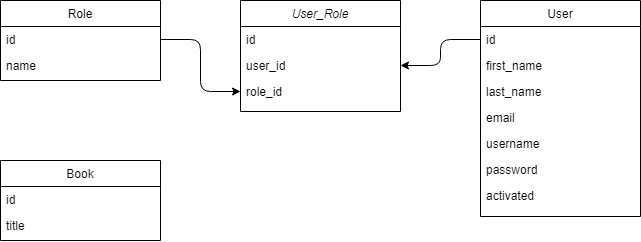
This is img/diagram.png from ictTuri/LMS-ikub-intership, a draw.io export, as it was before one commit. Source tidied: cells renumbered, new cells last; positions are measured from the earlier drawing's top-left corner, leaving out a move shared by most shapes.
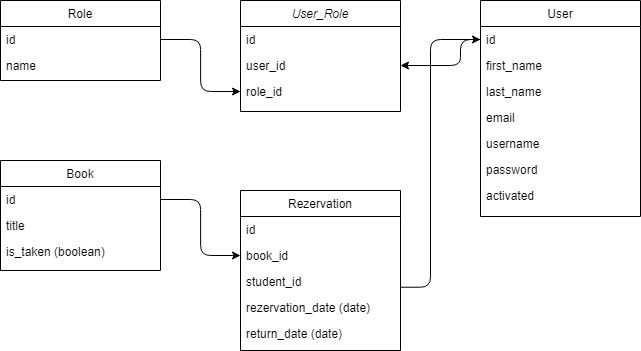
Later version of the same file.

What changed in the source:
```diff
@@ -15,7 +15,7 @@
       <mxGeometry y="78" width="160" height="26" as="geometry" />
     </mxCell>
     <mxCell id="6" value="Book" style="swimlane;fontStyle=0;align=center;verticalAlign=top;horizontal=1;startSize=26;rounded=0;shadow=0;strokeWidth=1;" parent="1" vertex="1">
-      <mxGeometry y="160" width="160" height="80" as="geometry" />
+      <mxGeometry y="160" width="160" height="110" as="geometry" />
     </mxCell>
     <mxCell id="7" value="id" style="text;align=left;verticalAlign=top;spacingLeft=4;spacingRight=4;overflow=hidden;points=[[0,0.5],[1,0.5]];portConstraint=eastwest;" parent="6" vertex="1">
       <mxGeometry y="26" width="160" height="26" as="geometry" />
@@ -23,6 +23,9 @@
     <mxCell id="8" value="title" style="text;align=left;verticalAlign=top;spacingLeft=4;spacingRight=4;overflow=hidden;rounded=0;shadow=0;html=0;" parent="6" vertex="1">
       <mxGeometry y="52" width="160" height="26" as="geometry" />
     </mxCell>
+    <mxCell id="22" value="is_taken (boolean)" style="text;align=left;verticalAlign=top;spacingLeft=4;spacingRight=4;overflow=hidden;rounded=0;shadow=0;html=0;" parent="6" vertex="1">
+      <mxGeometry y="78" width="160" height="26" as="geometry" />
+    </mxCell>
     <mxCell id="9" value="Role" style="swimlane;fontStyle=0;align=center;verticalAlign=top;horizontal=1;startSize=26;rounded=0;shadow=0;strokeWidth=1;" parent="1" vertex="1">
       <mxGeometry width="160" height="80" as="geometry" />
     </mxCell>
@@ -57,10 +60,43 @@
       <mxGeometry y="182" width="160" height="26" as="geometry" />
     </mxCell>
     <mxCell id="20" style="edgeStyle=elbowEdgeStyle;elbow=horizontal;endArrow=classic;html=1;exitX=0;exitY=0.5;exitDx=0;exitDy=0;entryX=1;entryY=0.5;entryDx=0;entryDy=0;" parent="1" edge="1" source="13" target="4">
-      <mxGeometry relative="1" as="geometry" />
+      <mxGeometry relative="1" as="geometry">
+        <Array as="points">
+          <mxPoint x="460" y="50" />
+        </Array>
+      </mxGeometry>
     </mxCell>
     <mxCell id="21" style="edgeStyle=elbowEdgeStyle;elbow=horizontal;endArrow=classic;html=1;entryX=0;entryY=0.5;entryDx=0;entryDy=0;exitX=1;exitY=0.5;exitDx=0;exitDy=0;" parent="1" edge="1" source="10" target="5">
       <mxGeometry relative="1" as="geometry" />
     </mxCell>
+    <mxCell id="23" value="Rezervation" style="swimlane;fontStyle=0;align=center;verticalAlign=top;horizontal=1;startSize=26;rounded=0;shadow=0;strokeWidth=1;" parent="1" vertex="1">
+      <mxGeometry x="240" y="190" width="160" height="160" as="geometry" />
+    </mxCell>
+    <mxCell id="24" value="id" style="text;align=left;verticalAlign=top;spacingLeft=4;spacingRight=4;overflow=hidden;" parent="23" vertex="1">
+      <mxGeometry y="26" width="160" height="26" as="geometry" />
+    </mxCell>
+    <mxCell id="25" value="book_id" style="text;align=left;verticalAlign=top;spacingLeft=4;spacingRight=4;overflow=hidden;points=[[0,0.5],[1,0.5]];portConstraint=eastwest;rounded=0;shadow=0;html=0;" parent="23" vertex="1">
+      <mxGeometry y="52" width="160" height="26" as="geometry" />
+    </mxCell>
+    <mxCell id="26" value="student_id" style="text;align=left;verticalAlign=top;spacingLeft=4;spacingRight=4;overflow=hidden;points=[[0,0.5],[1,0.5]];portConstraint=eastwest;rounded=0;shadow=0;html=0;" parent="23" vertex="1">
+      <mxGeometry y="78" width="160" height="26" as="geometry" />
+    </mxCell>
+    <mxCell id="27" value="rezervation_date (date)" style="text;align=left;verticalAlign=top;spacingLeft=4;spacingRight=4;overflow=hidden;rounded=0;shadow=0;html=0;" parent="23" vertex="1">
+      <mxGeometry y="104" width="160" height="26" as="geometry" />
+    </mxCell>
+    <mxCell id="28" value="return_date (date)" style="text;align=left;verticalAlign=top;spacingLeft=4;spacingRight=4;overflow=hidden;rounded=0;shadow=0;html=0;" parent="23" vertex="1">
+      <mxGeometry y="130" width="160" height="26" as="geometry" />
+    </mxCell>
+    <mxCell id="29" style="edgeStyle=elbowEdgeStyle;elbow=horizontal;endArrow=classic;html=1;entryX=0;entryY=0.5;entryDx=0;entryDy=0;exitX=1.001;exitY=0.72;exitDx=0;exitDy=0;exitPerimeter=0;" parent="1" edge="1" source="26" target="13">
+      <mxGeometry relative="1" as="geometry">
+        <Array as="points">
+          <mxPoint x="430" y="160" />
+          <mxPoint x="420" y="170" />
+        </Array>
+      </mxGeometry>
+    </mxCell>
+    <mxCell id="30" style="edgeStyle=elbowEdgeStyle;elbow=horizontal;endArrow=classic;html=1;entryX=0;entryY=0.5;entryDx=0;entryDy=0;exitX=1;exitY=0.5;exitDx=0;exitDy=0;" parent="1" edge="1" source="7" target="25">
+      <mxGeometry relative="1" as="geometry" />
+    </mxCell>
   </root>
 </mxGraphModel>
```
